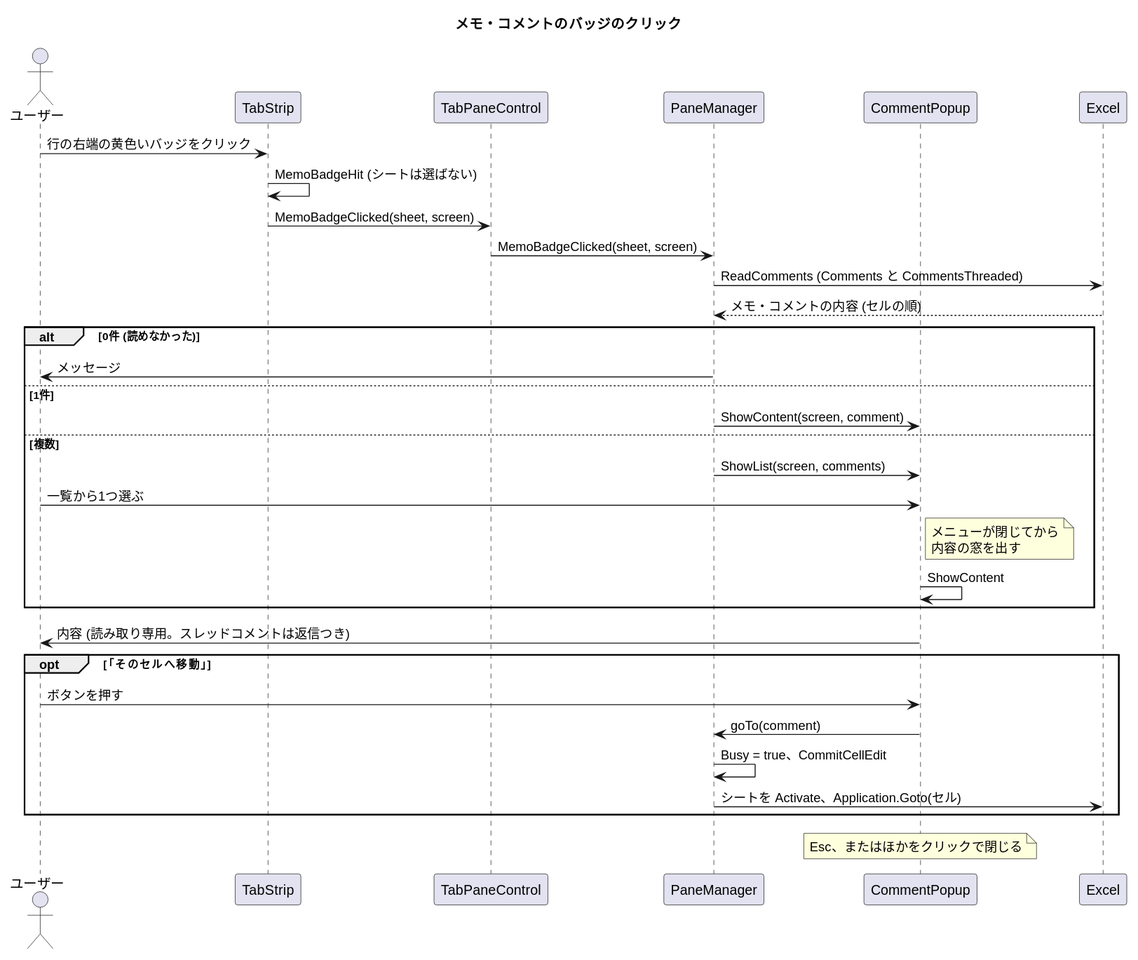
This is docs/sequence-comment.svg from nk-taka623/VerticalSheetTabs, a PlantUML export, as it was before one commit.
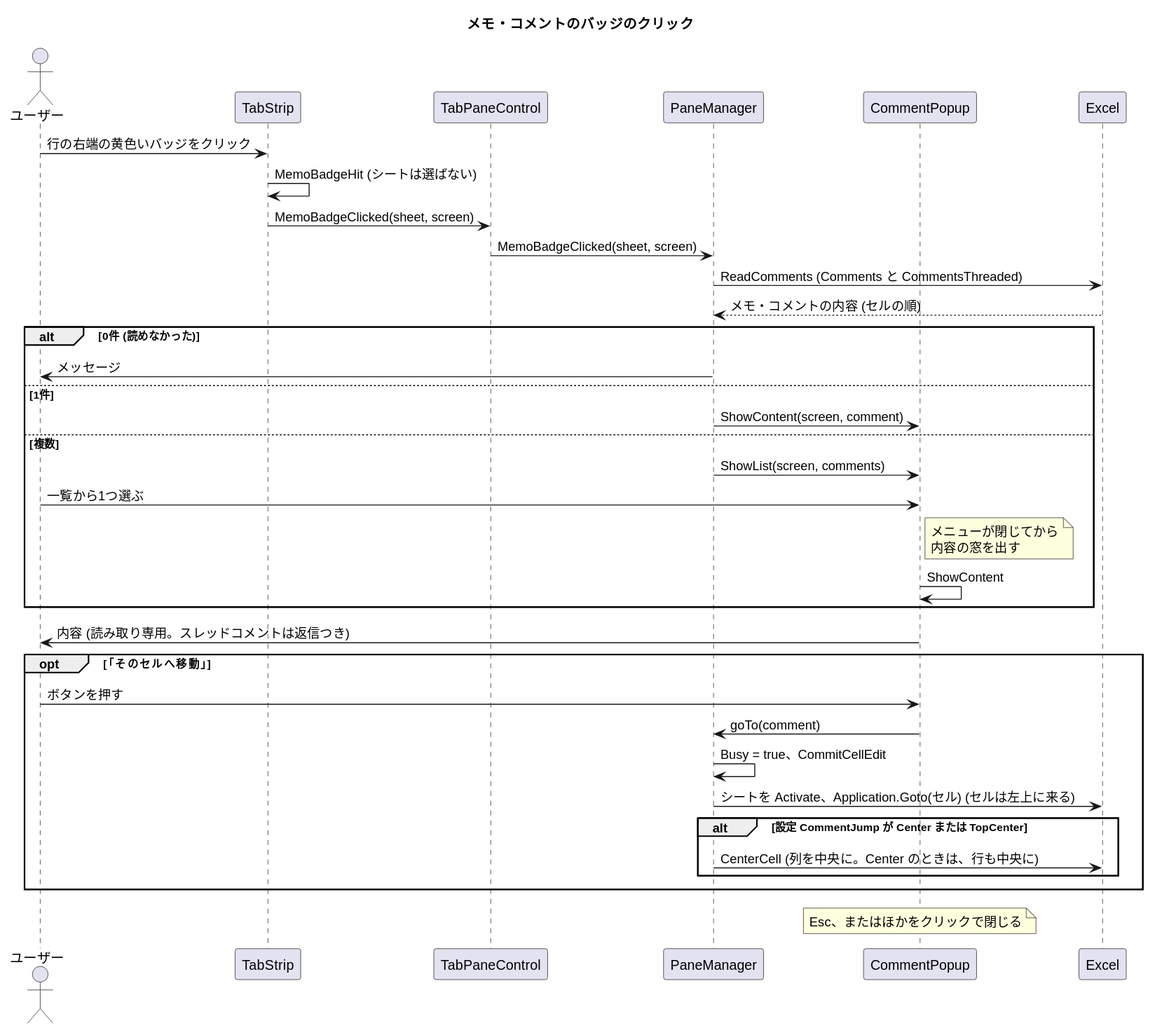
After the commit.

Commit message:
クラス図とコメントのシーケンス図に、コメントの移動先の設定 (CommentJump) を反映する

Change to the diagram source:
```diff
@@ -31,7 +31,10 @@
   U -> W : ボタンを押す
   W -> P : goTo(comment)
   P -> P : Busy = true、CommitCellEdit
-  P -> XL : シートを Activate、Application.Goto(セル)
+  P -> XL : シートを Activate、Application.Goto(セル) (セルは左上に来る)
+  alt 設定 CommentJump が Center または TopCenter
+    P -> XL : CenterCell (列を中央に。Center のときは、行も中央に)
+  end
 end
 note over W : Esc、またはほかをクリックで閉じる
 @enduml
```
